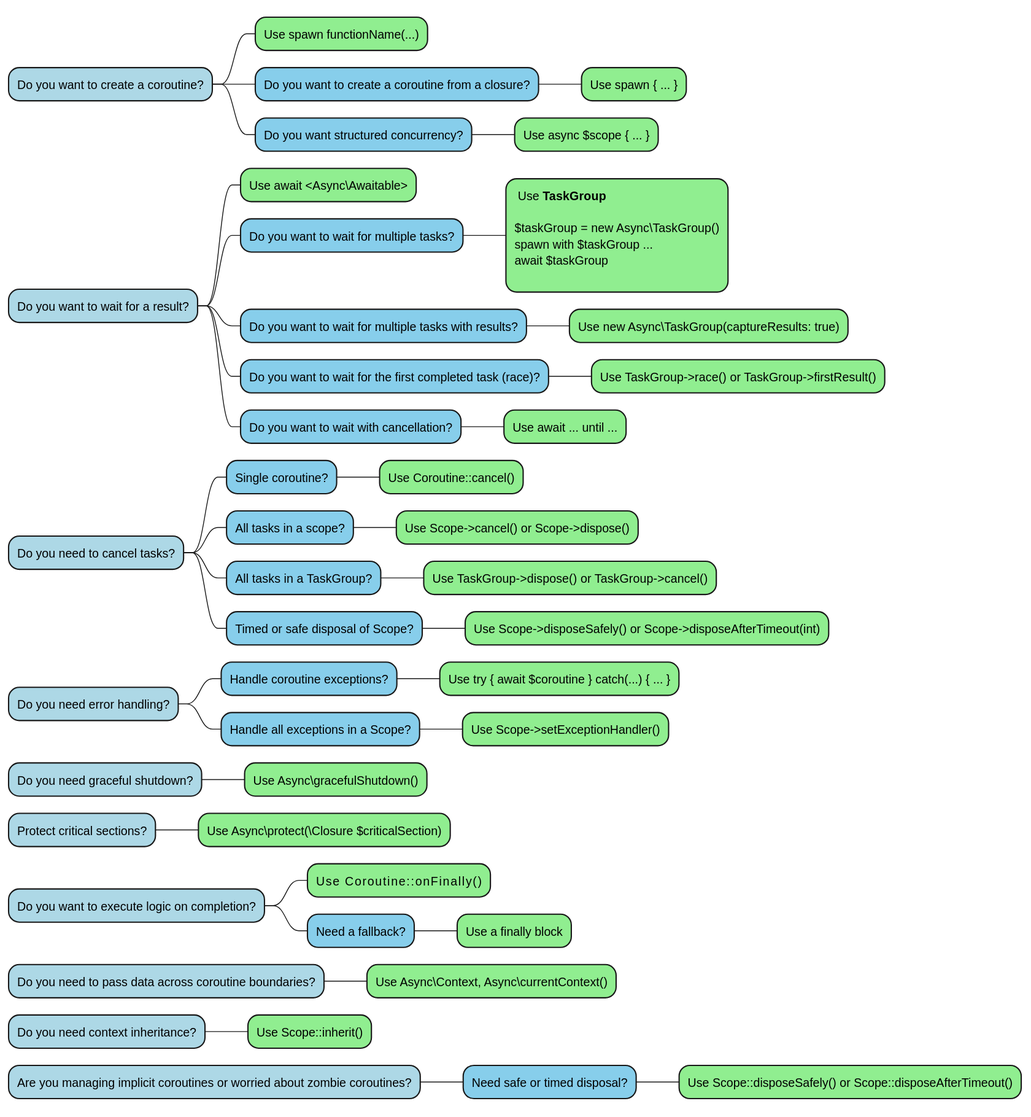
Before: diagrams/decision-tree.svg, a diagram exported from PlantUML (true-async/php-true-async-rfc).
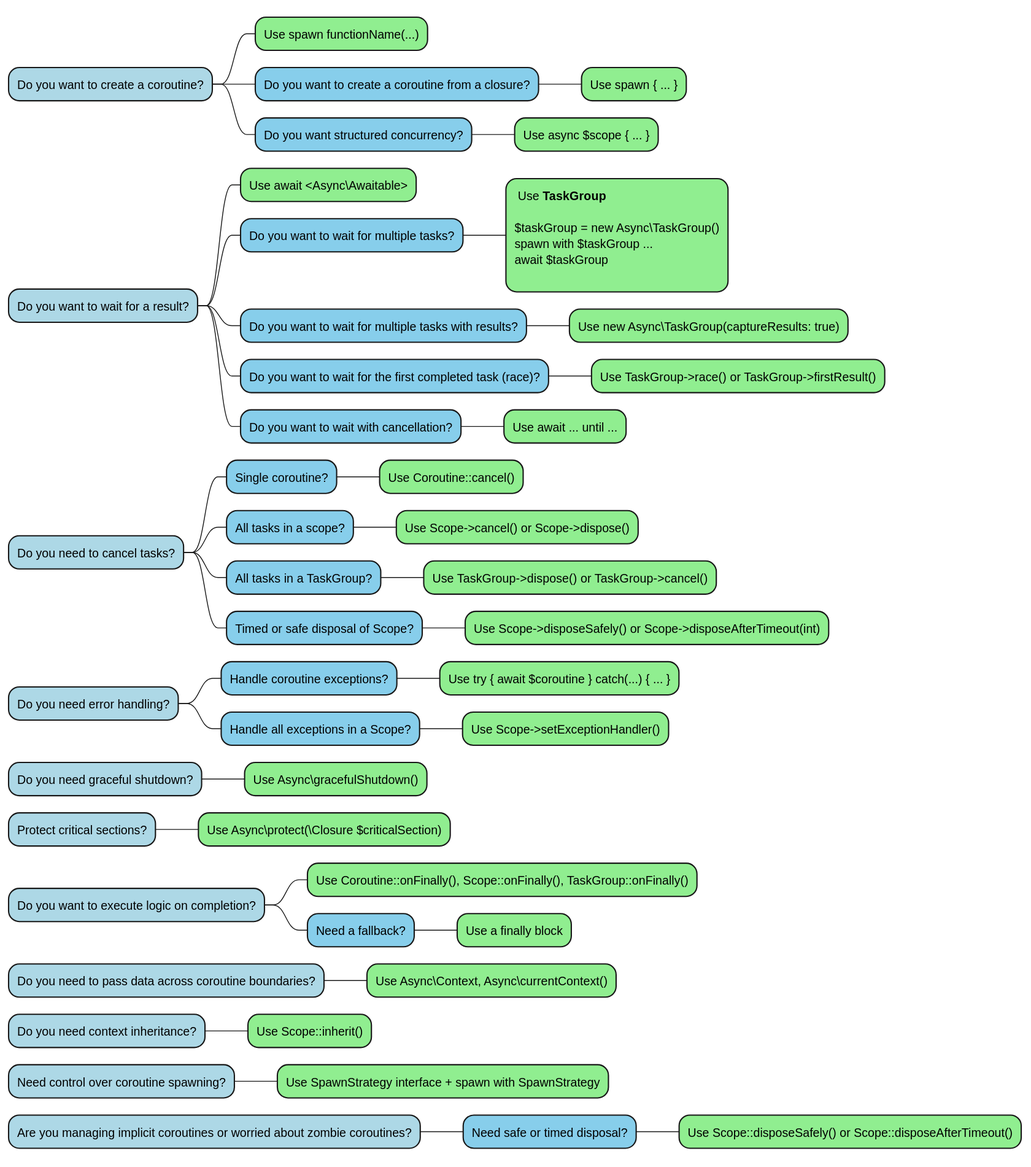
The same diagram one commit later.

Commit message:
Update mind-map and decision-tree diagrams to include Scope::onFinally() and TaskGroup::onFinally() for improved coroutine management

Diff of the diagram source:
```diff
@@ -45,7 +45,7 @@
 **[#lightgreen] Use Async\protect(\Closure $criticalSection)
 
 *[#lightblue] Do you want to execute logic on completion?
-**[#lightgreen] Use Coroutine::onCompletion()
+**[#lightgreen] Use Coroutine::onFinally(), Scope::onFinally(), TaskGroup::onFinally()
 **[#87CEEB] Need a fallback?
 ***[#lightgreen] Use a finally block
 
@@ -55,6 +55,9 @@
 *[#lightblue] Do you need context inheritance?
 **[#lightgreen] Use Scope::inherit()
 
+*[#lightblue] Need control over coroutine spawning?
+**[#lightgreen] Use SpawnStrategy interface + spawn with SpawnStrategy
+
 *[#lightblue] Are you managing implicit coroutines or worried about zombie coroutines?
 **[#87CEEB] Need safe or timed disposal?
 ***[#lightgreen] Use Scope::disposeSafely() or Scope::disposeAfterTimeout()
```
